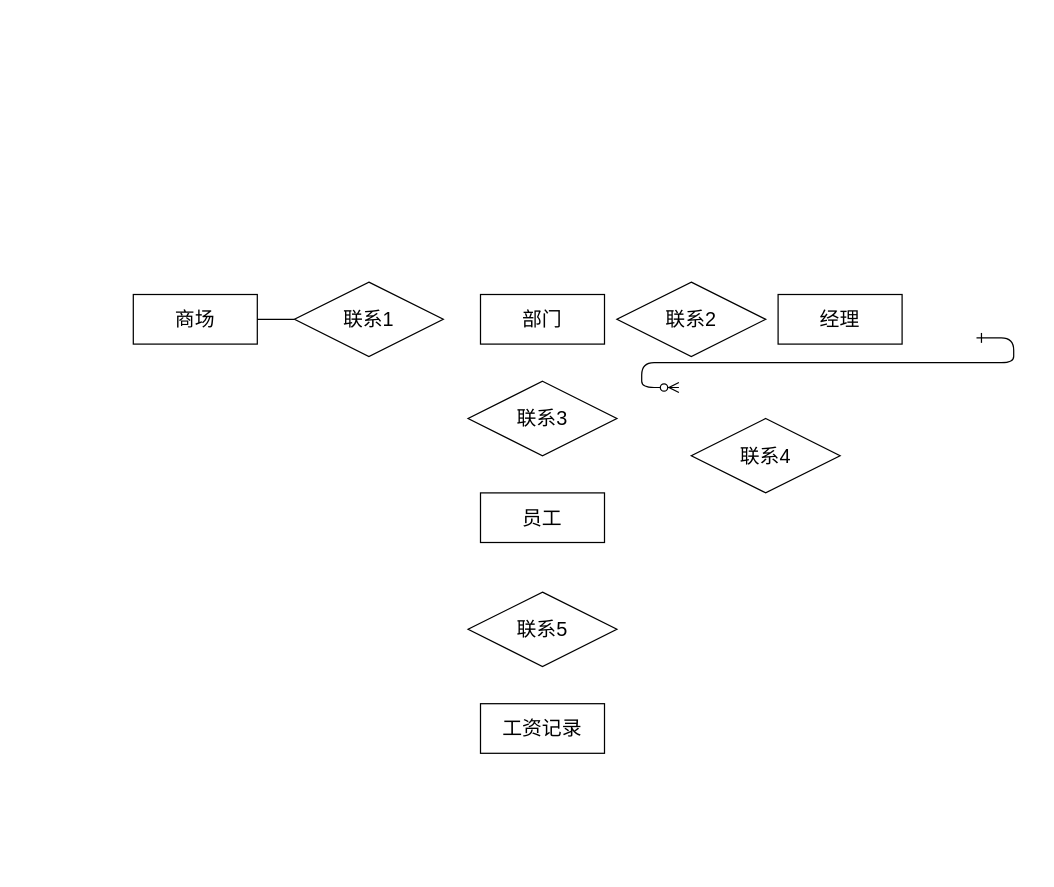
The draw.io diagram shopping_E-R.drawio in ArronVague/Database-Systems-Laboratory, before the edit. Source tidied: cells renumbered, new cells numbered last; positions are measured from the earlier drawing's top-left corner, leaving out a move shared by most shapes. Both pictures are drawn from the tidied source at 124%, with x=0, y=0 at pixel (133, 281).
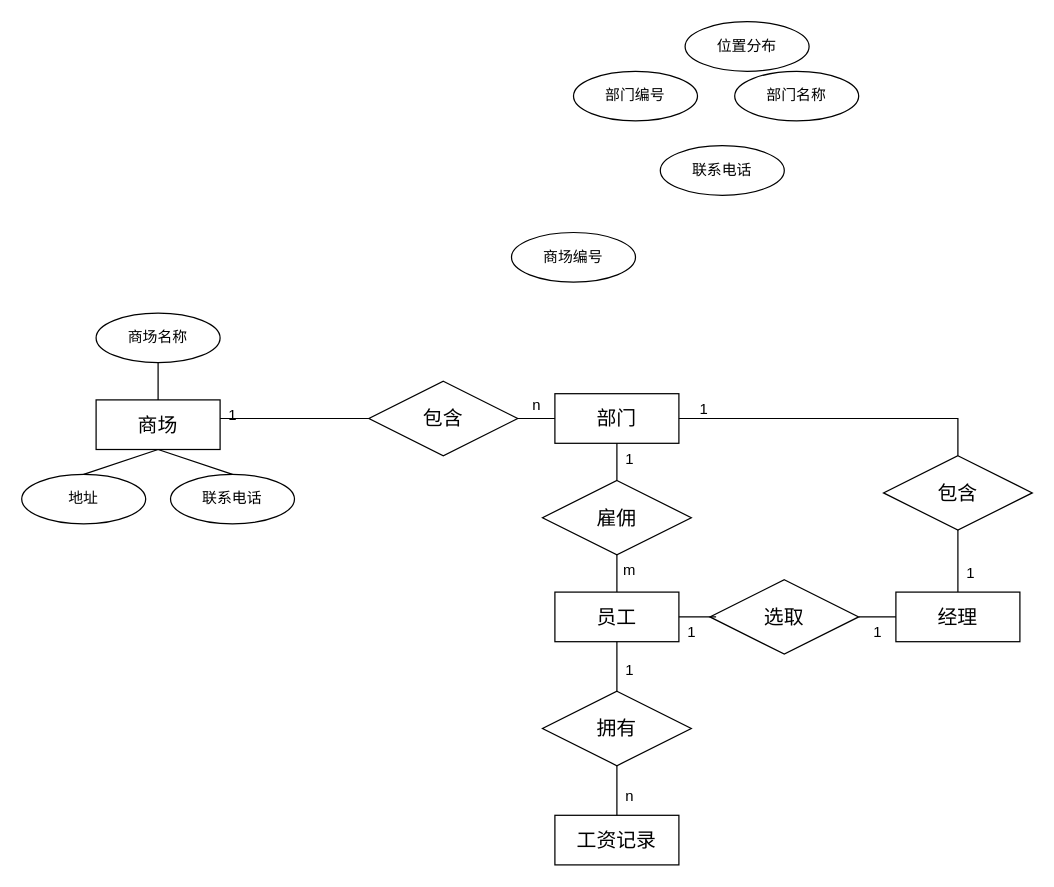
After the change.

Diff of the diagram source:
```diff
@@
-    <mxCell id="2" style="edgeStyle=entityRelationEdgeStyle;endArrow=ERzeroToMany;startArrow=ERone;endFill=1;startFill=0;" parent="1" edge="1">
-      <mxGeometry relative="1" as="geometry">
-        <mxPoint x="680" y="45" as="sourcePoint" />
-        <mxPoint x="440" y="85" as="targetPoint" />
-      </mxGeometry>
-    </mxCell>
     <mxCell id="3" value="商场" style="whiteSpace=wrap;html=1;align=center;fontSize=16;" parent="1" vertex="1">
-      <mxGeometry y="10" width="100" height="40" as="geometry" />
+      <mxGeometry x="-30" y="95" width="100" height="40" as="geometry" />
     </mxCell>
     <mxCell id="4" value="部门" style="whiteSpace=wrap;html=1;align=center;fontSize=16;" parent="1" vertex="1">
-      <mxGeometry x="280" y="10" width="100" height="40" as="geometry" />
+      <mxGeometry x="340" y="90" width="100" height="40" as="geometry" />
     </mxCell>
     <mxCell id="5" value="经理" style="whiteSpace=wrap;html=1;align=center;fontSize=16;" parent="1" vertex="1">
-      <mxGeometry x="520" y="10" width="100" height="40" as="geometry" />
+      <mxGeometry x="615" y="250" width="100" height="40" as="geometry" />
     </mxCell>
     <mxCell id="6" value="员工" style="whiteSpace=wrap;html=1;align=center;fontSize=16;" parent="1" vertex="1">
-      <mxGeometry x="280" y="170" width="100" height="40" as="geometry" />
+      <mxGeometry x="340" y="250" width="100" height="40" as="geometry" />
     </mxCell>
     <mxCell id="7" value="工资记录" style="whiteSpace=wrap;html=1;align=center;fontSize=16;" parent="1" vertex="1">
-      <mxGeometry x="280" y="340" width="100" height="40" as="geometry" />
+      <mxGeometry x="340" y="430" width="100" height="40" as="geometry" />
     </mxCell>
-    <mxCell id="8" value="联系1" style="shape=rhombus;perimeter=rhombusPerimeter;whiteSpace=wrap;html=1;align=center;fontSize=16;" parent="1" vertex="1">
-      <mxGeometry x="130" width="120" height="60" as="geometry" />
+    <mxCell id="8" value="包含" style="shape=rhombus;perimeter=rhombusPerimeter;whiteSpace=wrap;html=1;align=center;fontSize=16;" parent="1" vertex="1">
+      <mxGeometry x="190" y="80" width="120" height="60" as="geometry" />
     </mxCell>
-    <mxCell id="9" value="联系2" style="shape=rhombus;perimeter=rhombusPerimeter;whiteSpace=wrap;html=1;align=center;fontSize=16;" parent="1" vertex="1">
-      <mxGeometry x="390" width="120" height="60" as="geometry" />
+    <mxCell id="9" value="选取" style="shape=rhombus;perimeter=rhombusPerimeter;whiteSpace=wrap;html=1;align=center;fontSize=16;" parent="1" vertex="1">
+      <mxGeometry x="465" y="240" width="120" height="60" as="geometry" />
     </mxCell>
-    <mxCell id="10" value="联系3" style="shape=rhombus;perimeter=rhombusPerimeter;whiteSpace=wrap;html=1;align=center;fontSize=16;" parent="1" vertex="1">
-      <mxGeometry x="270" y="80" width="120" height="60" as="geometry" />
+    <mxCell id="10" value="雇佣" style="shape=rhombus;perimeter=rhombusPerimeter;whiteSpace=wrap;html=1;align=center;fontSize=16;" parent="1" vertex="1">
+      <mxGeometry x="330" y="160" width="120" height="60" as="geometry" />
     </mxCell>
-    <mxCell id="11" value="联系4" style="shape=rhombus;perimeter=rhombusPerimeter;whiteSpace=wrap;html=1;align=center;fontSize=16;" parent="1" vertex="1">
-      <mxGeometry x="450" y="110" width="120" height="60" as="geometry" />
+    <mxCell id="11" value="包含" style="shape=rhombus;perimeter=rhombusPerimeter;whiteSpace=wrap;html=1;align=center;fontSize=16;" parent="1" vertex="1">
+      <mxGeometry x="605" y="140" width="120" height="60" as="geometry" />
     </mxCell>
-    <mxCell id="12" value="联系5" style="shape=rhombus;perimeter=rhombusPerimeter;whiteSpace=wrap;html=1;align=center;fontSize=16;" parent="1" vertex="1">
-      <mxGeometry x="270" y="250" width="120" height="60" as="geometry" />
+    <mxCell id="12" value="拥有" style="shape=rhombus;perimeter=rhombusPerimeter;whiteSpace=wrap;html=1;align=center;fontSize=16;" parent="1" vertex="1">
+      <mxGeometry x="330" y="330" width="120" height="60" as="geometry" />
     </mxCell>
     <mxCell id="13" style="line;strokeWidth=1;dashed=0;labelPosition=right;align=left;verticalAlign=middle;spacingTop=0;spacingLeft=6;fontSize=16;" parent="1" vertex="1">
-      <mxGeometry x="100" y="25" width="30" height="10" as="geometry" />
+      <mxGeometry x="70" y="105" width="120" height="10" as="geometry" />
     </mxCell>
+    <mxCell id="14" style="line;strokeWidth=1;dashed=0;labelPosition=right;align=left;verticalAlign=middle;spacingTop=0;spacingLeft=6;fontSize=16;" parent="1" vertex="1">
+      <mxGeometry x="310" y="105" width="30" height="10" as="geometry" />
+    </mxCell>
+    <mxCell id="15" style="line;strokeWidth=1;dashed=0;labelPosition=right;align=left;verticalAlign=middle;spacingTop=0;spacingLeft=6;fontSize=16;" parent="1" vertex="1">
+      <mxGeometry x="440" y="265" width="30" height="10" as="geometry" />
+    </mxCell>
+    <mxCell id="16" style="line;strokeWidth=1;dashed=0;labelPosition=right;align=left;verticalAlign=middle;spacingTop=0;spacingLeft=6;fontSize=16;" parent="1" vertex="1">
+      <mxGeometry x="585" y="265" width="30" height="10" as="geometry" />
+    </mxCell>
+    <mxCell id="17" style="endArrow=none;html=1;rounded=0;entryX=0.5;entryY=1;entryDx=0;entryDy=0;exitX=0.5;exitY=0;exitDx=0;exitDy=0;" parent="1" edge="1" source="10" target="4">
+      <mxGeometry relative="1" as="geometry" />
+    </mxCell>
+    <mxCell id="18" style="endArrow=none;html=1;rounded=0;entryX=0.5;entryY=1;entryDx=0;entryDy=0;exitX=0.5;exitY=0;exitDx=0;exitDy=0;" parent="1" edge="1" source="6" target="10">
+      <mxGeometry relative="1" as="geometry" />
+    </mxCell>
+    <mxCell id="19" style="endArrow=none;html=1;rounded=0;exitX=1;exitY=0.5;exitDx=0;exitDy=0;entryX=0.5;entryY=0;entryDx=0;entryDy=0;" parent="1" edge="1" source="4" target="11">
+      <mxGeometry relative="1" as="geometry">
+        <Array as="points">
+          <mxPoint x="665" y="110" />
+        </Array>
+      </mxGeometry>
+    </mxCell>
+    <mxCell id="20" style="endArrow=none;html=1;rounded=0;entryX=0.5;entryY=1;entryDx=0;entryDy=0;exitX=0.5;exitY=0;exitDx=0;exitDy=0;" parent="1" edge="1" source="5" target="11">
+      <mxGeometry relative="1" as="geometry" />
+    </mxCell>
+    <mxCell id="21" style="endArrow=none;html=1;rounded=0;exitX=0.5;exitY=0;exitDx=0;exitDy=0;entryX=0.5;entryY=1;entryDx=0;entryDy=0;" parent="1" edge="1" source="12" target="6">
+      <mxGeometry relative="1" as="geometry" />
+    </mxCell>
+    <mxCell id="22" style="endArrow=none;html=1;rounded=0;exitX=0.5;exitY=0;exitDx=0;exitDy=0;entryX=0.5;entryY=1;entryDx=0;entryDy=0;" parent="1" edge="1" source="7" target="12">
+      <mxGeometry relative="1" as="geometry" />
+    </mxCell>
+    <mxCell id="23" value="1" style="text;html=1;align=center;verticalAlign=middle;strokeColor=none;fillColor=none;" parent="1" vertex="1">
+      <mxGeometry x="65" y="93" width="30" height="30" as="geometry" />
+    </mxCell>
+    <mxCell id="24" value="n" style="text;html=1;align=center;verticalAlign=middle;strokeColor=none;fillColor=none;" parent="1" vertex="1">
+      <mxGeometry x="310" y="85" width="30" height="30" as="geometry" />
+    </mxCell>
+    <mxCell id="25" value="1" style="text;html=1;align=center;verticalAlign=middle;strokeColor=none;fillColor=none;" parent="1" vertex="1">
+      <mxGeometry x="445" y="88" width="30" height="30" as="geometry" />
+    </mxCell>
+    <mxCell id="26" value="1" style="text;html=1;align=center;verticalAlign=middle;strokeColor=none;fillColor=none;" parent="1" vertex="1">
+      <mxGeometry x="660" y="220" width="30" height="30" as="geometry" />
+    </mxCell>
+    <mxCell id="27" value="1" style="text;html=1;align=center;verticalAlign=middle;strokeColor=none;fillColor=none;" parent="1" vertex="1">
+      <mxGeometry x="385" y="128" width="30" height="30" as="geometry" />
+    </mxCell>
+    <mxCell id="28" value="m" style="text;html=1;align=center;verticalAlign=middle;strokeColor=none;fillColor=none;" parent="1" vertex="1">
+      <mxGeometry x="385" y="218" width="30" height="30" as="geometry" />
+    </mxCell>
+    <mxCell id="29" value="1" style="text;html=1;align=center;verticalAlign=middle;strokeColor=none;fillColor=none;" parent="1" vertex="1">
+      <mxGeometry x="385" y="298" width="30" height="30" as="geometry" />
+    </mxCell>
+    <mxCell id="30" value="n" style="text;html=1;align=center;verticalAlign=middle;strokeColor=none;fillColor=none;" parent="1" vertex="1">
+      <mxGeometry x="385" y="400" width="30" height="30" as="geometry" />
+    </mxCell>
+    <mxCell id="31" value="1" style="text;html=1;align=center;verticalAlign=middle;strokeColor=none;fillColor=none;" parent="1" vertex="1">
+      <mxGeometry x="435" y="268" width="30" height="30" as="geometry" />
+    </mxCell>
+    <mxCell id="32" value="1" style="text;html=1;align=center;verticalAlign=middle;strokeColor=none;fillColor=none;" parent="1" vertex="1">
+      <mxGeometry x="585" y="268" width="30" height="30" as="geometry" />
+    </mxCell>
+    <mxCell id="33" value="商场编号" style="ellipse;whiteSpace=wrap;html=1;align=center;" parent="1" vertex="1">
+      <mxGeometry x="305" y="-40" width="100" height="40" as="geometry" />
+    </mxCell>
+    <mxCell id="34" style="rounded=0;jettySize=auto;html=1;exitX=0.5;exitY=1;exitDx=0;exitDy=0;entryX=0.5;entryY=0;entryDx=0;entryDy=0;endArrow=none;endFill=0;" parent="1" edge="1" source="35" target="3">
+      <mxGeometry relative="1" as="geometry" />
+    </mxCell>
+    <mxCell id="35" value="商场名称" style="ellipse;whiteSpace=wrap;html=1;align=center;" parent="1" vertex="1">
+      <mxGeometry x="-30" y="25" width="100" height="40" as="geometry" />
+    </mxCell>
+    <mxCell id="36" style="rounded=0;jettySize=auto;html=1;exitX=0.5;exitY=0;exitDx=0;exitDy=0;entryX=0.5;entryY=1;entryDx=0;entryDy=0;endArrow=none;endFill=0;" parent="1" edge="1" source="37" target="3">
+      <mxGeometry relative="1" as="geometry" />
+    </mxCell>
+    <mxCell id="37" value="地址" style="ellipse;whiteSpace=wrap;html=1;align=center;" parent="1" vertex="1">
+      <mxGeometry x="-90" y="155" width="100" height="40" as="geometry" />
+    </mxCell>
+    <mxCell id="38" style="rounded=0;jettySize=auto;html=1;exitX=0.5;exitY=0;exitDx=0;exitDy=0;endArrow=none;endFill=0;" parent="1" edge="1" source="39">
+      <mxGeometry relative="1" as="geometry">
+        <mxPoint x="20" y="135" as="targetPoint" />
+      </mxGeometry>
+    </mxCell>
+    <mxCell id="39" value="联系电话" style="ellipse;whiteSpace=wrap;html=1;align=center;" parent="1" vertex="1">
+      <mxGeometry x="30" y="155" width="100" height="40" as="geometry" />
+    </mxCell>
+    <mxCell id="40" value="部门编号" style="ellipse;whiteSpace=wrap;html=1;align=center;" parent="1" vertex="1">
+      <mxGeometry x="355" y="-170" width="100" height="40" as="geometry" />
+    </mxCell>
+    <mxCell id="41" value="部门名称" style="ellipse;whiteSpace=wrap;html=1;align=center;" parent="1" vertex="1">
+      <mxGeometry x="485" y="-170" width="100" height="40" as="geometry" />
+    </mxCell>
+    <mxCell id="42" value="位置分布" style="ellipse;whiteSpace=wrap;html=1;align=center;" parent="1" vertex="1">
+      <mxGeometry x="445" y="-210" width="100" height="40" as="geometry" />
+    </mxCell>
+    <mxCell id="43" value="联系电话" style="ellipse;whiteSpace=wrap;html=1;align=center;" parent="1" vertex="1">
+      <mxGeometry x="425" y="-110" width="100" height="40" as="geometry" />
+    </mxCell>
```
